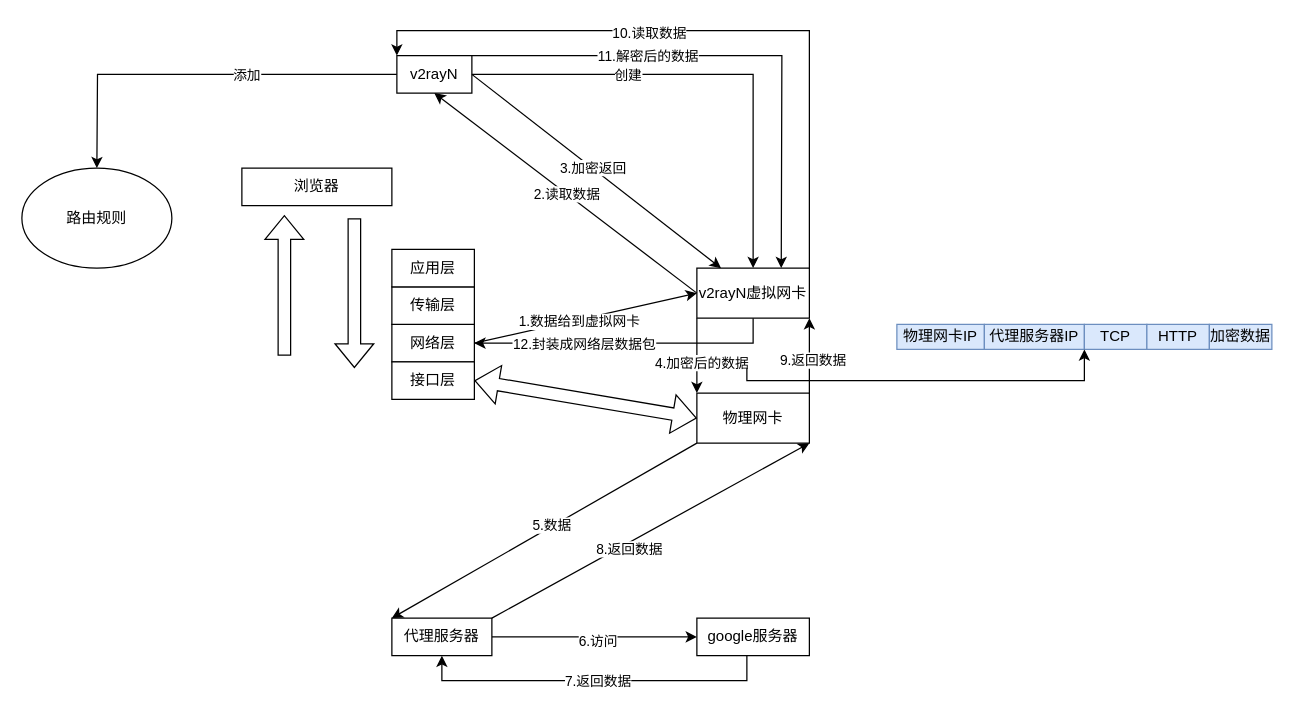
mowang111/personal_knowledge_repository keeps this draw.io diagram as 0.学习笔记/a03.计算机网络/Resource/drawio/Tun模式.drawio. Above is the earlier version. Source tidied: cells renumbered, new cells numbered last; positions are measured from the earlier drawing's top-left corner, leaving out a move shared by most shapes. Both pictures are drawn from the tidied source at 125%, with x=0, y=0 at pixel (21, 30).
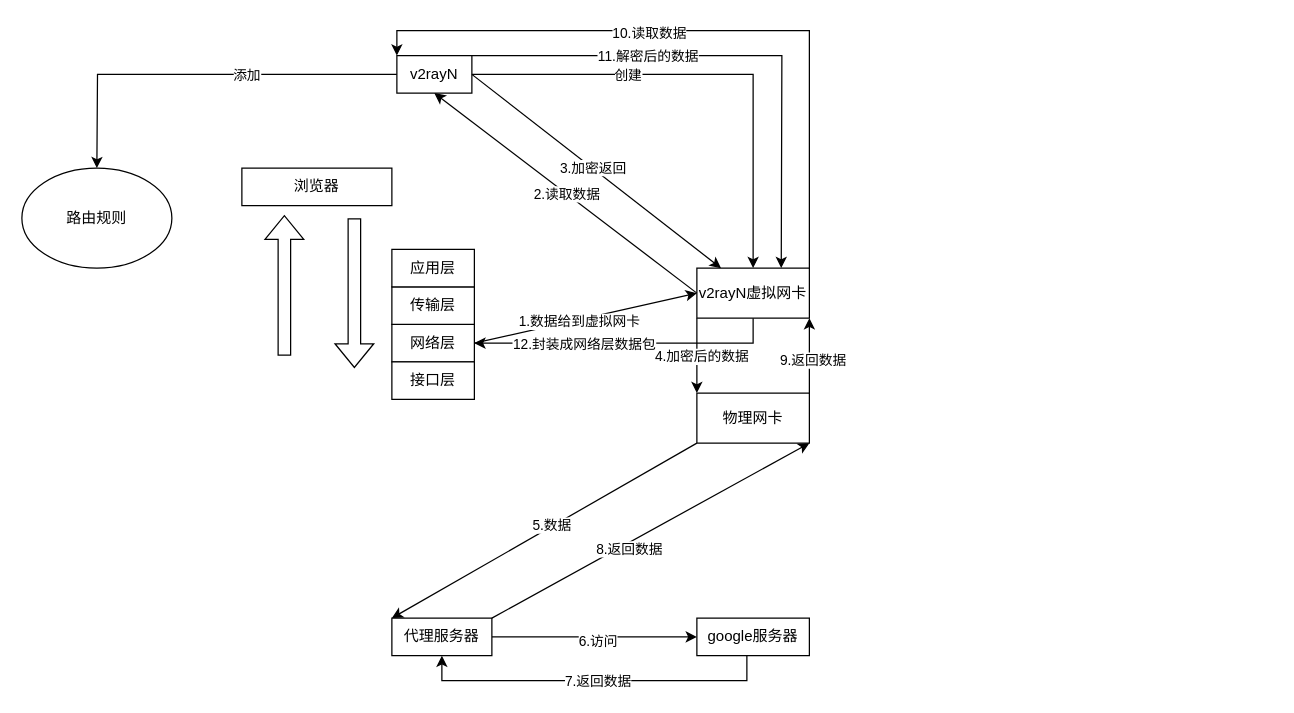
Above is the later version.

Commit message:
vault backup: 2024-02-03 09:50:13

Unchanged cells that the change refers to:
```xml
<mxCell id="11" value="物理网卡" style="rounded=0;whiteSpace=wrap;html=1;" parent="1" vertex="1">
  <mxGeometry x="540" y="290" width="90" height="40" as="geometry" />
</mxCell>
<mxCell id="15" value="接口层" style="rounded=0;whiteSpace=wrap;html=1;" parent="1" vertex="1">
  <mxGeometry x="296" y="265" width="66" height="30" as="geometry" />
</mxCell>
<mxCell id="23" style="endArrow=classic;html=1;rounded=0;entryX=0;entryY=0;entryDx=0;entryDy=0;exitX=0;exitY=1;exitDx=0;exitDy=0;" parent="1" edge="1" source="9" target="11">
  <mxGeometry relative="1" as="geometry" />
</mxCell>
```

Change to the diagram source:
```diff
@@
     <mxCell id="24" value="4.加密后的数据" style="edgeLabel;html=1;align=center;verticalAlign=middle;" parent="23" vertex="1">
-      <mxGeometry y="3" relative="1" as="geometry">
-        <mxPoint y="5" as="offset" />
-      </mxGeometry>
+      <mxGeometry y="3" relative="1" as="geometry" />
     </mxCell>
@@
-    <mxCell id="43" style="shape=flexArrow;endArrow=classic;startArrow=classic;html=1;rounded=0;entryX=0;entryY=0.5;entryDx=0;entryDy=0;exitX=1;exitY=0.5;exitDx=0;exitDy=0;" parent="1" edge="1" source="15" target="11">
-      <mxGeometry relative="1" as="geometry" />
-    </mxCell>
-    <mxCell id="44" value="物理网卡IP" style="rounded=0;whiteSpace=wrap;html=1;fillColor=#dae8fc;strokeColor=#6c8ebf;" parent="1" vertex="1">
-      <mxGeometry x="700" y="235" width="70" height="20" as="geometry" />
-    </mxCell>
-    <mxCell id="45" value="代理服务器IP" style="rounded=0;whiteSpace=wrap;html=1;fillColor=#dae8fc;strokeColor=#6c8ebf;" parent="1" vertex="1">
-      <mxGeometry x="770" y="235" width="80" height="20" as="geometry" />
-    </mxCell>
-    <mxCell id="46" value="TCP" style="rounded=0;whiteSpace=wrap;html=1;fillColor=#dae8fc;strokeColor=#6c8ebf;" parent="1" vertex="1">
-      <mxGeometry x="850" y="235" width="50" height="20" as="geometry" />
-    </mxCell>
-    <mxCell id="47" value="HTTP" style="rounded=0;whiteSpace=wrap;html=1;fillColor=#dae8fc;strokeColor=#6c8ebf;" parent="1" vertex="1">
-      <mxGeometry x="900" y="235" width="50" height="20" as="geometry" />
-    </mxCell>
-    <mxCell id="48" value="加密数据" style="rounded=0;whiteSpace=wrap;html=1;fillColor=#dae8fc;strokeColor=#6c8ebf;" parent="1" vertex="1">
-      <mxGeometry x="950" y="235" width="50" height="20" as="geometry" />
-    </mxCell>
-    <mxCell id="49" style="endArrow=classic;html=1;rounded=0;entryX=1;entryY=1;entryDx=0;entryDy=0;" parent="1" edge="1" target="45">
-      <mxGeometry relative="1" as="geometry">
-        <mxPoint x="580" y="270" as="sourcePoint" />
-        <Array as="points">
-          <mxPoint x="580" y="280" />
-          <mxPoint x="850" y="280" />
-        </Array>
-      </mxGeometry>
-    </mxCell>
```
